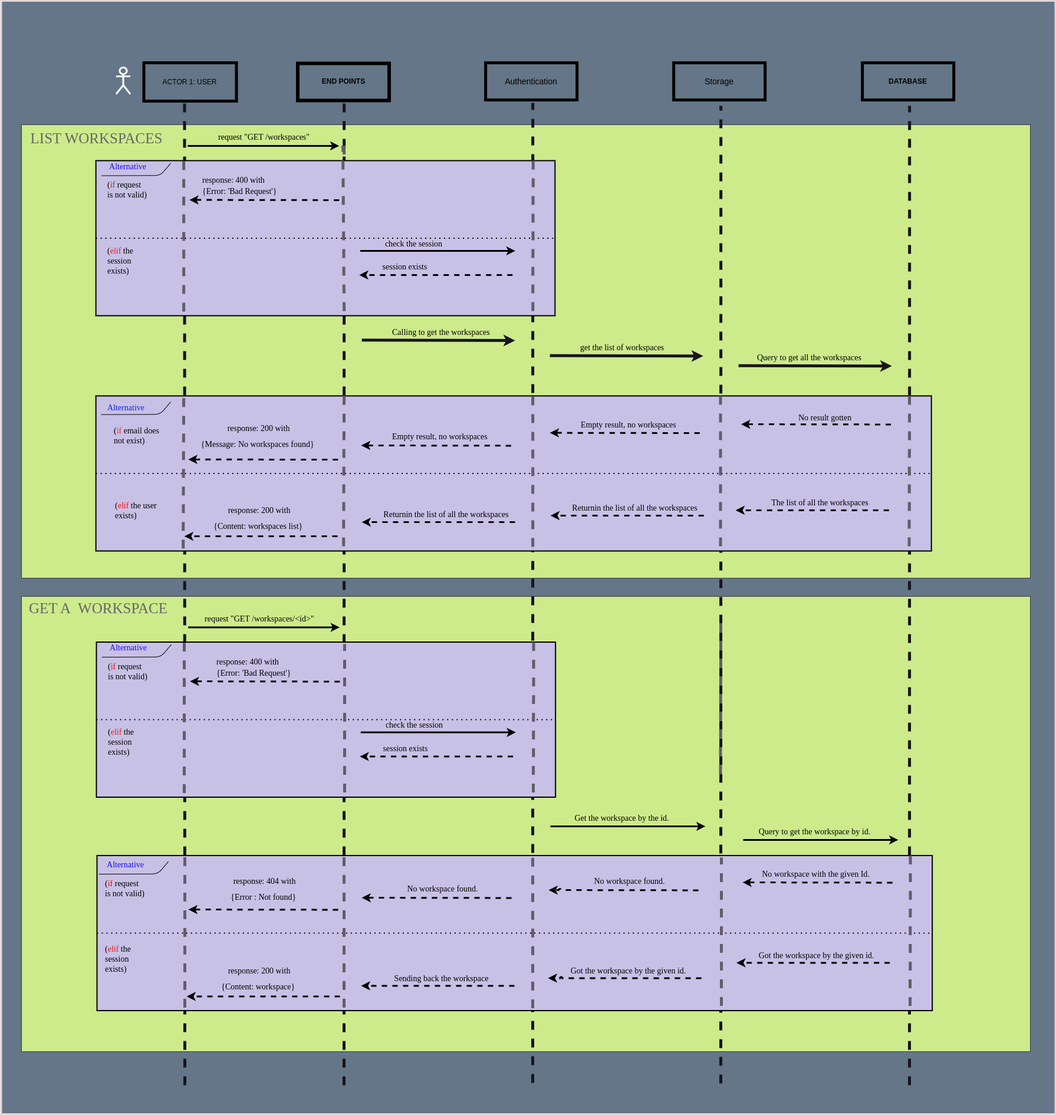
This is UML/sequence_diagram/get_list_workspaces_diagram.png from Kolapo-code/Booker, a draw.io export, as it was before one commit. Source tidied: cells renumbered, new cells last; positions are measured from the earlier drawing's top-left corner, leaving out a move shared by most shapes.
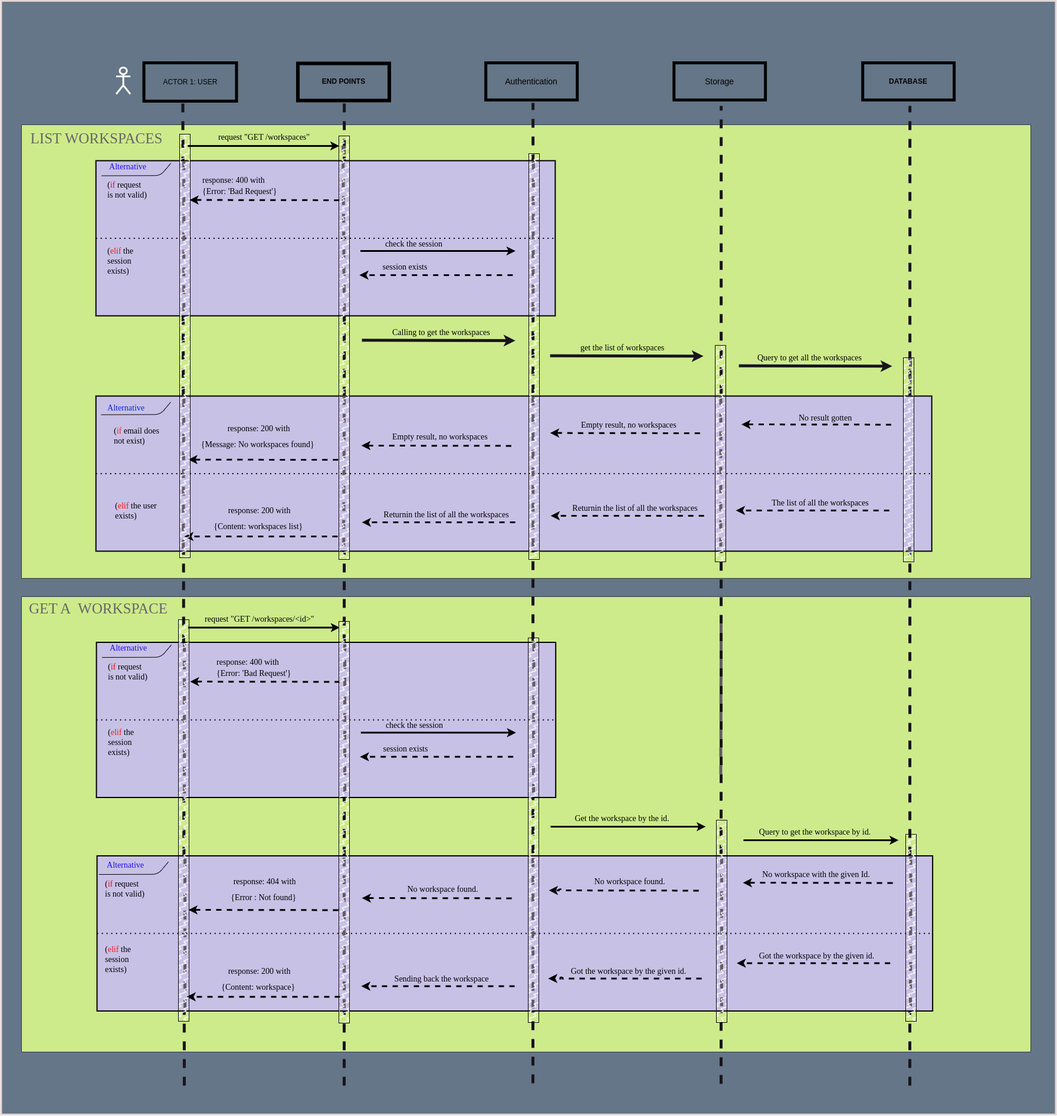
After the change.

Commit message:
Committing the diagrams for the get workspace by id, and get list of available workspaces.

Fixing the routes.

Fixing timeline.

Change to the diagram source:
```diff
@@ -11,12 +11,12 @@
     <mxCell id="4" style="rounded=0;whiteSpace=wrap;html=1;fillColor=#cdeb8b;strokeColor=#36393d;" parent="1" vertex="1">
       <mxGeometry x="35" y="1010" width="1711" height="772" as="geometry" />
     </mxCell>
-    <mxCell id="5" style="endArrow=none;dashed=1;html=1;fontColor=#080808;endSize=4;strokeColor=#18141d;strokeWidth=5;" parent="1" edge="1">
-      <mxGeometry relative="1" as="geometry">
-        <mxPoint x="312" y="1839" as="sourcePoint" />
-        <mxPoint x="311.5" y="173" as="targetPoint" />
-      </mxGeometry>
-    </mxCell>
+    <mxCell id="124" style="endArrow=none;dashed=1;html=1;fontColor=#080808;endSize=4;strokeColor=#18141d;strokeWidth=5;" parent="1" edge="1">
+      <mxGeometry relative="1" as="geometry">
+        <mxPoint x="311" y="1839" as="sourcePoint" />
+        <mxPoint x="308.5" y="173" as="targetPoint" />
+      </mxGeometry>
+    </mxCell>
     <mxCell id="6" value="ACTOR 1: USER" style="rounded=0;whiteSpace=wrap;html=1;fillColor=none;strokeWidth=5;" parent="1" vertex="1">
       <mxGeometry x="242.5" y="105" width="157" height="65" as="geometry" />
     </mxCell>
@@ -182,9 +182,8 @@
         <mxPoint x="902.2" y="666" as="targetPoint" />
       </mxGeometry>
     </mxCell>
-    <mxCell id="44" style="endArrow=none;dashed=1;html=1;fontColor=#080808;endSize=4;strokeColor=#635c6a;strokeWidth=5;" parent="1" edge="1">
+    <mxCell id="44" style="endArrow=none;dashed=1;html=1;fontColor=#080808;endSize=4;strokeColor=#635c6a;strokeWidth=5;startArrow=none;" parent="1" edge="1" source="130">
       <mxGeometry relative="1" as="geometry">
-        <mxPoint x="1540.5" y="925" as="sourcePoint" />
         <mxPoint x="1541.1" y="664.5" as="targetPoint" />
       </mxGeometry>
     </mxCell>
@@ -566,5 +565,40 @@
     <mxCell id="123" value="&lt;font style=&quot;text-align: left; font-size: 14px;&quot; face=&quot;Verdana&quot;&gt;response: 200 with&lt;br&gt;{Message: No workspaces found&lt;/font&gt;&lt;span style=&quot;text-align: left; background-color: initial; font-family: Verdana; font-size: 14px;&quot;&gt;}&amp;nbsp;&lt;/span&gt;" style="text;html=1;align=center;verticalAlign=middle;strokeColor=none;fillColor=none;fontSize=22;fontColor=#000000;" parent="1" vertex="1">
       <mxGeometry x="331" y="703" width="213" height="65" as="geometry" />
     </mxCell>
+    <mxCell id="125" style="rounded=0;whiteSpace=wrap;html=1;fillColor=#FFFFFF;strokeColor=#050505;fillStyle=zigzag-line;" parent="1" vertex="1">
+      <mxGeometry x="303" y="226" width="18" height="718" as="geometry" />
+    </mxCell>
+    <mxCell id="126" style="rounded=0;whiteSpace=wrap;html=1;fillColor=#FFFFFF;strokeColor=#050505;fillStyle=zigzag-line;" parent="1" vertex="1">
+      <mxGeometry x="573" y="229" width="18" height="718" as="geometry" />
+    </mxCell>
+    <mxCell id="127" style="rounded=0;whiteSpace=wrap;html=1;fillColor=#FFFFFF;strokeColor=#050505;fillStyle=zigzag-line;" parent="1" vertex="1">
+      <mxGeometry x="895" y="259" width="18" height="688" as="geometry" />
+    </mxCell>
+    <mxCell id="128" style="rounded=0;whiteSpace=wrap;html=1;fillColor=#FFFFFF;strokeColor=#050505;fillStyle=zigzag-line;" parent="1" vertex="1">
+      <mxGeometry x="1211" y="584" width="18" height="367" as="geometry" />
+    </mxCell>
+    <mxCell id="129" style="endArrow=none;dashed=1;html=1;fontColor=#080808;endSize=4;strokeColor=#635c6a;strokeWidth=5;" parent="1" edge="1" target="130">
+      <mxGeometry relative="1" as="geometry">
+        <mxPoint x="1540.5" y="924.9" as="sourcePoint" />
+      </mxGeometry>
+    </mxCell>
+    <mxCell id="130" style="rounded=0;whiteSpace=wrap;html=1;fillColor=#FFFFFF;strokeColor=#050505;fillStyle=zigzag-line;" parent="1" vertex="1">
+      <mxGeometry x="1530" y="605" width="18" height="346" as="geometry" />
+    </mxCell>
+    <mxCell id="131" style="rounded=0;whiteSpace=wrap;html=1;fillColor=#FFFFFF;strokeColor=#050505;fillStyle=zigzag-line;" parent="1" vertex="1">
+      <mxGeometry x="301" y="1049" width="18" height="681" as="geometry" />
+    </mxCell>
+    <mxCell id="132" style="rounded=0;whiteSpace=wrap;html=1;fillColor=#FFFFFF;strokeColor=#050505;fillStyle=zigzag-line;" parent="1" vertex="1">
+      <mxGeometry x="573" y="1052" width="18" height="681" as="geometry" />
+    </mxCell>
+    <mxCell id="133" style="rounded=0;whiteSpace=wrap;html=1;fillColor=#FFFFFF;strokeColor=#050505;fillStyle=zigzag-line;" parent="1" vertex="1">
+      <mxGeometry x="894" y="1080" width="18" height="652" as="geometry" />
+    </mxCell>
+    <mxCell id="134" style="rounded=0;whiteSpace=wrap;html=1;fillColor=#FFFFFF;strokeColor=#050505;fillStyle=zigzag-line;" parent="1" vertex="1">
+      <mxGeometry x="1213" y="1389" width="18" height="343" as="geometry" />
+    </mxCell>
+    <mxCell id="135" style="rounded=0;whiteSpace=wrap;html=1;fillColor=#FFFFFF;strokeColor=#050505;fillStyle=zigzag-line;" parent="1" vertex="1">
+      <mxGeometry x="1534" y="1413" width="18" height="317" as="geometry" />
+    </mxCell>
   </root>
 </mxGraphModel>
```
